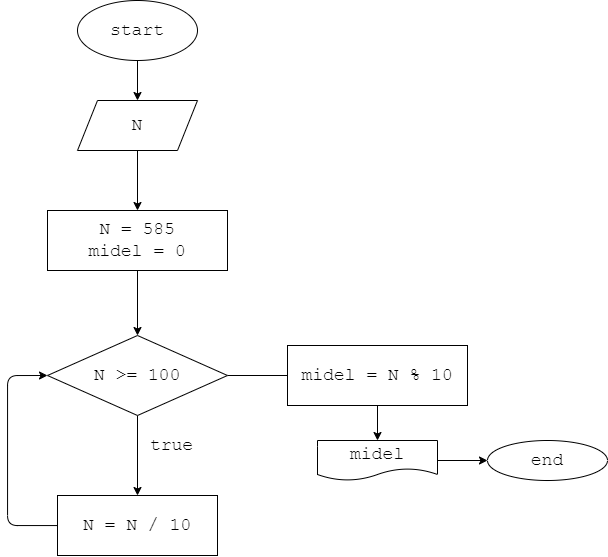
BKristinaA/HomeWork_02 keeps this draw.io diagram as Exp01/diagram1.drawio.png. Above is the earlier version. Source tidied: cells renumbered, new cells last; positions are measured from the earlier drawing's top-left corner, leaving out a move shared by most shapes. Its diagram source:
```xml
<mxGraphModel>
  <root>
    <mxCell id="0" />
    <mxCell id="1" parent="0" />
    <mxCell id="2" style="edgeStyle=none;html=1;fontFamily=Courier New;fontSize=18;" parent="1" edge="1" source="3" target="5">
      <mxGeometry relative="1" as="geometry" />
    </mxCell>
    <mxCell id="3" value="start" style="ellipse;whiteSpace=wrap;html=1;fontFamily=Courier New;fontSize=18;" parent="1" vertex="1">
      <mxGeometry x="70" width="120" height="60" as="geometry" />
    </mxCell>
    <mxCell id="4" style="edgeStyle=orthogonalEdgeStyle;html=1;fontFamily=Courier New;fontSize=18;" parent="1" edge="1" source="5" target="13">
      <mxGeometry relative="1" as="geometry" />
    </mxCell>
    <mxCell id="5" value="N" style="shape=parallelogram;perimeter=parallelogramPerimeter;whiteSpace=wrap;html=1;fixedSize=1;fontSize=18;fontFamily=Courier New;" parent="1" vertex="1">
      <mxGeometry x="70" y="100" width="120" height="50" as="geometry" />
    </mxCell>
    <mxCell id="6" style="edgeStyle=none;html=1;fontFamily=Courier New;fontSize=18;" parent="1" edge="1" source="8">
      <mxGeometry relative="1" as="geometry">
        <mxPoint x="130" y="495" as="targetPoint" />
      </mxGeometry>
    </mxCell>
    <mxCell id="7" style="edgeStyle=orthogonalEdgeStyle;html=1;fontFamily=Courier New;fontSize=18;" parent="1" edge="1" source="8">
      <mxGeometry relative="1" as="geometry">
        <mxPoint x="310" y="375" as="targetPoint" />
      </mxGeometry>
    </mxCell>
    <mxCell id="8" value="N &amp;gt;= 100" style="rhombus;whiteSpace=wrap;html=1;fontSize=18;fontFamily=Courier New;" parent="1" vertex="1">
      <mxGeometry x="40" y="335" width="180" height="80" as="geometry" />
    </mxCell>
    <mxCell id="9" value="true" style="text;html=1;align=center;verticalAlign=middle;strokeColor=none;fillColor=none;fontSize=18;fontFamily=Courier New;" parent="1" vertex="1">
      <mxGeometry x="129" y="425" width="70" height="40" as="geometry" />
    </mxCell>
    <mxCell id="10" style="edgeStyle=orthogonalEdgeStyle;html=1;entryX=0;entryY=0.5;entryDx=0;entryDy=0;fontFamily=Courier New;fontSize=18;" parent="1" edge="1" source="11" target="8">
      <mxGeometry relative="1" as="geometry">
        <Array as="points">
          <mxPoint y="525" />
          <mxPoint y="375" />
        </Array>
      </mxGeometry>
    </mxCell>
    <mxCell id="11" value="N = N / 10" style="rounded=0;whiteSpace=wrap;html=1;fontFamily=Courier New;fontSize=18;" parent="1" vertex="1">
      <mxGeometry x="50" y="495" width="160" height="60" as="geometry" />
    </mxCell>
    <mxCell id="12" style="edgeStyle=orthogonalEdgeStyle;html=1;entryX=0.5;entryY=0;entryDx=0;entryDy=0;fontFamily=Courier New;fontSize=18;" parent="1" edge="1" source="13" target="8">
      <mxGeometry relative="1" as="geometry" />
    </mxCell>
    <mxCell id="13" value="N = 585&lt;br&gt;midel = 0" style="rounded=0;whiteSpace=wrap;html=1;fontFamily=Courier New;fontSize=18;" parent="1" vertex="1">
      <mxGeometry x="40" y="210" width="180" height="60" as="geometry" />
    </mxCell>
    <mxCell id="14" style="edgeStyle=orthogonalEdgeStyle;html=1;fontFamily=Courier New;fontSize=18;" parent="1" edge="1" source="15" target="17">
      <mxGeometry relative="1" as="geometry" />
    </mxCell>
    <mxCell id="15" value="midel = N % 10" style="rounded=0;whiteSpace=wrap;html=1;fontFamily=Courier New;fontSize=18;" parent="1" vertex="1">
      <mxGeometry x="280" y="345" width="180" height="60" as="geometry" />
    </mxCell>
    <mxCell id="16" style="edgeStyle=orthogonalEdgeStyle;html=1;fontFamily=Courier New;fontSize=18;" parent="1" edge="1" source="17" target="18">
      <mxGeometry relative="1" as="geometry" />
    </mxCell>
    <mxCell id="17" value="midel" style="shape=document;whiteSpace=wrap;html=1;boundedLbl=1;fontFamily=Courier New;fontSize=18;" parent="1" vertex="1">
      <mxGeometry x="310" y="440" width="120" height="40" as="geometry" />
    </mxCell>
    <mxCell id="18" value="end" style="ellipse;whiteSpace=wrap;html=1;fontFamily=Courier New;fontSize=18;" parent="1" vertex="1">
      <mxGeometry x="480" y="440" width="120" height="40" as="geometry" />
    </mxCell>
  </root>
</mxGraphModel>
```
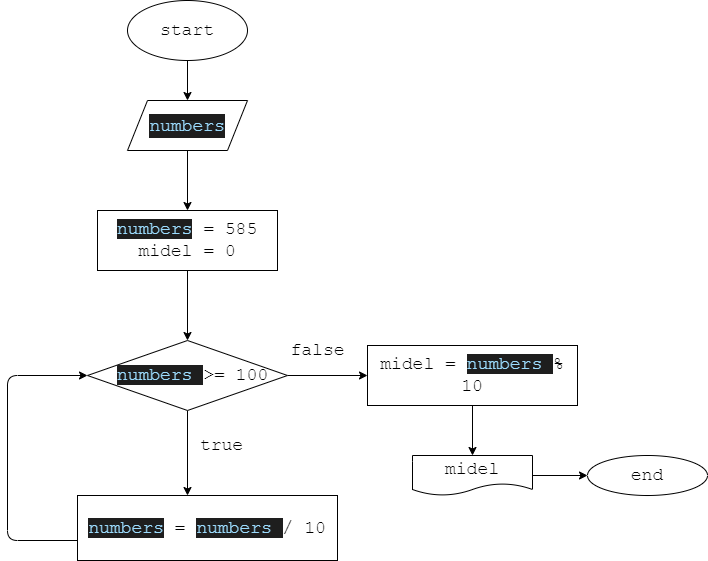
The same diagram one commit later.

The edit, as a diff of the source:
```diff
@@ -11,7 +11,7 @@
     <mxCell id="4" style="edgeStyle=orthogonalEdgeStyle;html=1;fontFamily=Courier New;fontSize=18;" parent="1" edge="1" source="5" target="13">
       <mxGeometry relative="1" as="geometry" />
     </mxCell>
-    <mxCell id="5" value="N" style="shape=parallelogram;perimeter=parallelogramPerimeter;whiteSpace=wrap;html=1;fixedSize=1;fontSize=18;fontFamily=Courier New;" parent="1" vertex="1">
+    <mxCell id="5" value="&lt;div style=&quot;color: rgb(212, 212, 212); background-color: rgb(30, 30, 30); line-height: 24px;&quot;&gt;&lt;span style=&quot;color: #9cdcfe;&quot;&gt;numbers&lt;/span&gt;&lt;/div&gt;" style="shape=parallelogram;perimeter=parallelogramPerimeter;whiteSpace=wrap;html=1;fixedSize=1;fontSize=18;fontFamily=Courier New;" parent="1" vertex="1">
       <mxGeometry x="70" y="100" width="120" height="50" as="geometry" />
     </mxCell>
     <mxCell id="6" style="edgeStyle=none;html=1;fontFamily=Courier New;fontSize=18;" parent="1" edge="1" source="8">
@@ -24,8 +24,8 @@
         <mxPoint x="310" y="375" as="targetPoint" />
       </mxGeometry>
     </mxCell>
-    <mxCell id="8" value="N &amp;gt;= 100" style="rhombus;whiteSpace=wrap;html=1;fontSize=18;fontFamily=Courier New;" parent="1" vertex="1">
-      <mxGeometry x="40" y="335" width="180" height="80" as="geometry" />
+    <mxCell id="8" value="&amp;nbsp;&lt;span style=&quot;color: rgb(156, 220, 254); background-color: rgb(30, 30, 30);&quot;&gt;numbers&amp;nbsp;&lt;/span&gt;&lt;span style=&quot;background-color: initial;&quot;&gt;&amp;gt;= 100&lt;/span&gt;" style="rhombus;whiteSpace=wrap;html=1;fontSize=18;fontFamily=Courier New;" parent="1" vertex="1">
+      <mxGeometry x="30" y="340" width="200" height="70" as="geometry" />
     </mxCell>
     <mxCell id="9" value="true" style="text;html=1;align=center;verticalAlign=middle;strokeColor=none;fillColor=none;fontSize=18;fontFamily=Courier New;" parent="1" vertex="1">
       <mxGeometry x="129" y="425" width="70" height="40" as="geometry" />
@@ -33,34 +33,37 @@
     <mxCell id="10" style="edgeStyle=orthogonalEdgeStyle;html=1;entryX=0;entryY=0.5;entryDx=0;entryDy=0;fontFamily=Courier New;fontSize=18;" parent="1" edge="1" source="11" target="8">
       <mxGeometry relative="1" as="geometry">
         <Array as="points">
-          <mxPoint y="525" />
-          <mxPoint y="375" />
+          <mxPoint x="-50" y="540" />
+          <mxPoint x="-50" y="375" />
         </Array>
       </mxGeometry>
     </mxCell>
-    <mxCell id="11" value="N = N / 10" style="rounded=0;whiteSpace=wrap;html=1;fontFamily=Courier New;fontSize=18;" parent="1" vertex="1">
-      <mxGeometry x="50" y="495" width="160" height="60" as="geometry" />
+    <mxCell id="11" value="&lt;span style=&quot;color: rgb(156, 220, 254); background-color: rgb(30, 30, 30);&quot;&gt;numbers&lt;/span&gt;&amp;nbsp;=&amp;nbsp;&lt;span style=&quot;color: rgb(156, 220, 254); background-color: rgb(30, 30, 30);&quot;&gt;numbers&amp;nbsp;&lt;/span&gt;/ 10" style="rounded=0;whiteSpace=wrap;html=1;fontFamily=Courier New;fontSize=18;" parent="1" vertex="1">
+      <mxGeometry x="20" y="495" width="260" height="65" as="geometry" />
     </mxCell>
     <mxCell id="12" style="edgeStyle=orthogonalEdgeStyle;html=1;entryX=0.5;entryY=0;entryDx=0;entryDy=0;fontFamily=Courier New;fontSize=18;" parent="1" edge="1" source="13" target="8">
       <mxGeometry relative="1" as="geometry" />
     </mxCell>
-    <mxCell id="13" value="N = 585&lt;br&gt;midel = 0" style="rounded=0;whiteSpace=wrap;html=1;fontFamily=Courier New;fontSize=18;" parent="1" vertex="1">
+    <mxCell id="13" value="&lt;span style=&quot;color: rgb(156, 220, 254); background-color: rgb(30, 30, 30);&quot;&gt;numbers&lt;/span&gt;&amp;nbsp;= 585&lt;br&gt;midel = 0" style="rounded=0;whiteSpace=wrap;html=1;fontFamily=Courier New;fontSize=18;" parent="1" vertex="1">
       <mxGeometry x="40" y="210" width="180" height="60" as="geometry" />
     </mxCell>
     <mxCell id="14" style="edgeStyle=orthogonalEdgeStyle;html=1;fontFamily=Courier New;fontSize=18;" parent="1" edge="1" source="15" target="17">
       <mxGeometry relative="1" as="geometry" />
     </mxCell>
-    <mxCell id="15" value="midel = N % 10" style="rounded=0;whiteSpace=wrap;html=1;fontFamily=Courier New;fontSize=18;" parent="1" vertex="1">
-      <mxGeometry x="280" y="345" width="180" height="60" as="geometry" />
+    <mxCell id="15" value="midel =&amp;nbsp;&lt;span style=&quot;color: rgb(156, 220, 254); background-color: rgb(30, 30, 30);&quot;&gt;numbers&amp;nbsp;&lt;/span&gt;% 10" style="rounded=0;whiteSpace=wrap;html=1;fontFamily=Courier New;fontSize=18;" parent="1" vertex="1">
+      <mxGeometry x="310" y="345" width="210" height="60" as="geometry" />
     </mxCell>
     <mxCell id="16" style="edgeStyle=orthogonalEdgeStyle;html=1;fontFamily=Courier New;fontSize=18;" parent="1" edge="1" source="17" target="18">
       <mxGeometry relative="1" as="geometry" />
     </mxCell>
     <mxCell id="17" value="midel" style="shape=document;whiteSpace=wrap;html=1;boundedLbl=1;fontFamily=Courier New;fontSize=18;" parent="1" vertex="1">
-      <mxGeometry x="310" y="440" width="120" height="40" as="geometry" />
+      <mxGeometry x="355" y="455" width="120" height="40" as="geometry" />
     </mxCell>
     <mxCell id="18" value="end" style="ellipse;whiteSpace=wrap;html=1;fontFamily=Courier New;fontSize=18;" parent="1" vertex="1">
-      <mxGeometry x="480" y="440" width="120" height="40" as="geometry" />
+      <mxGeometry x="530" y="455" width="120" height="40" as="geometry" />
     </mxCell>
+    <mxCell id="19" value="false" style="text;html=1;align=center;verticalAlign=middle;strokeColor=none;fillColor=none;fontFamily=Courier New;fontSize=18;" parent="1" vertex="1">
+      <mxGeometry x="220" y="330" width="80" height="40" as="geometry" />
+    </mxCell>
   </root>
 </mxGraphModel>
```
